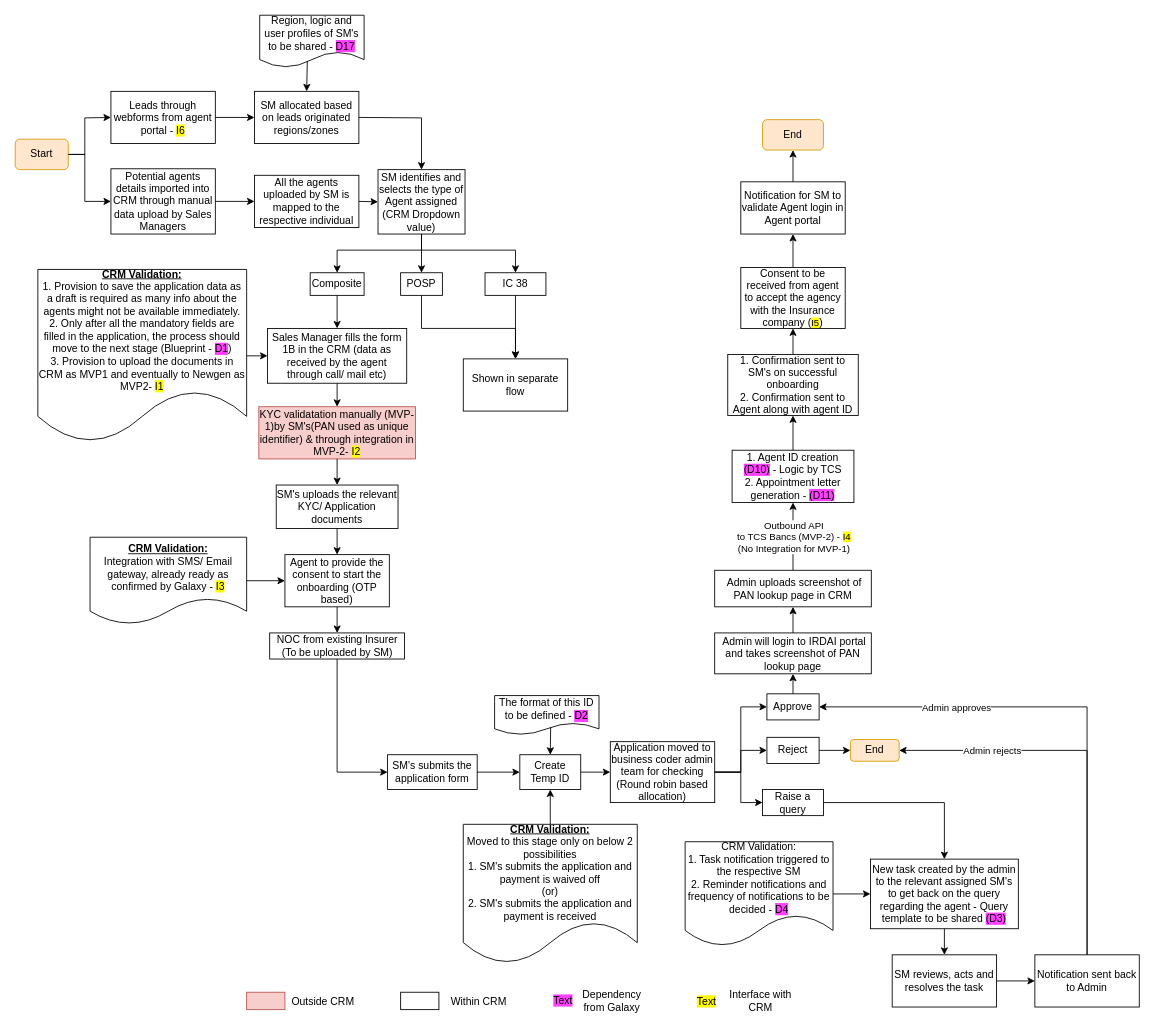
Before: Agent Onboarding Composite MVP 1.drawio in shaileshsreedar/Galaxy, a draw.io diagram. Source tidied: cells renumbered, new cells numbered last; positions are measured from the earlier drawing's top-left corner, leaving out a move shared by most shapes. Both pictures are drawn from the tidied source at 87%, with x=0, y=0 at pixel (15, 15).
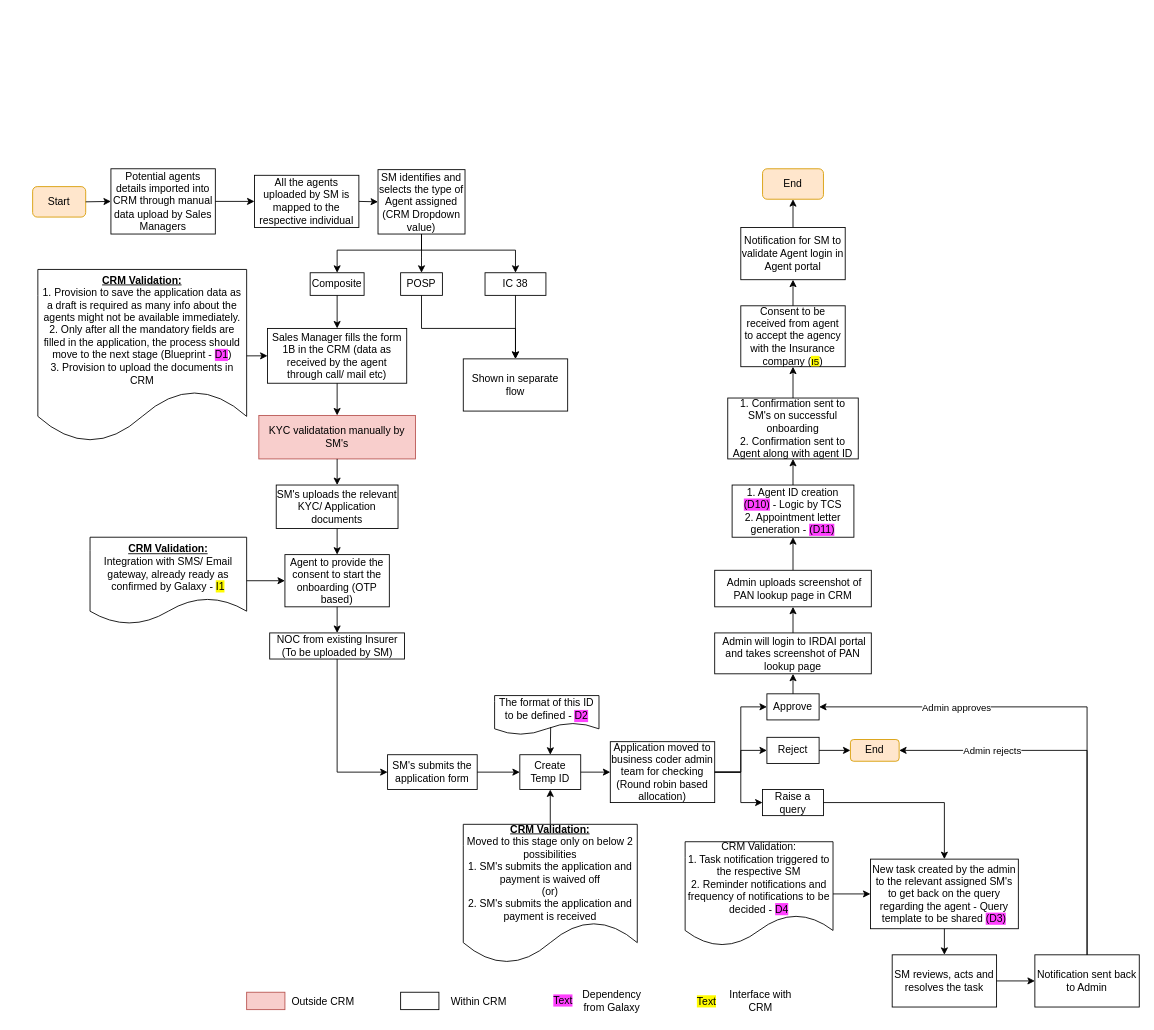
Above is the later version.

The change refers to these unchanged cells:
```xml
<mxCell id="5" value="SM identifies and selects the type of Agent assigned (CRM Dropdown value)" style="rounded=0;whiteSpace=wrap;html=1;" parent="1" vertex="1">
  <mxGeometry x="417" y="177.5" width="100" height="74" as="geometry" />
</mxCell>
<mxCell id="15" value="Potential agents details imported into CRM through manual data upload by Sales Managers" style="rounded=0;whiteSpace=wrap;html=1;" parent="1" vertex="1">
  <mxGeometry x="110" y="176.5" width="120" height="75" as="geometry" />
</mxCell>
<mxCell id="63" style="endArrow=classic;html=1;rounded=0;entryX=0.5;entryY=1;entryDx=0;entryDy=0;exitX=0.5;exitY=0;exitDx=0;exitDy=0;" parent="1" edge="1" source="90" target="62">
  <mxGeometry relative="1" as="geometry" />
</mxCell>
```

The edit, as a diff of the source:
```diff
@@
     <mxCell id="2" value="Start" style="rounded=1;whiteSpace=wrap;html=1;fillColor=#ffe6cc;strokeColor=#d79b00;" parent="1" vertex="1">
-      <mxGeometry y="142.5" width="61" height="35" as="geometry" />
+      <mxGeometry x="20" y="197" width="61" height="35" as="geometry" />
     </mxCell>
-    <mxCell id="3" style="endArrow=classic;html=1;rounded=0;exitX=1;exitY=0.5;exitDx=0;exitDy=0;entryX=0;entryY=0.5;entryDx=0;entryDy=0;" parent="1" edge="1" source="2" target="15">
-      <mxGeometry relative="1" as="geometry">
-        <Array as="points">
-          <mxPoint x="80" y="160" />
-          <mxPoint x="80" y="214" />
-        </Array>
-      </mxGeometry>
-    </mxCell>
@@
     <mxCell id="14" value="End" style="rounded=1;whiteSpace=wrap;html=1;fillColor=#ffe6cc;strokeColor=#d79b00;" parent="1" vertex="1">
-      <mxGeometry x="859" y="120" width="70" height="35" as="geometry" />
+      <mxGeometry x="859" y="176.5" width="70" height="35" as="geometry" />
     </mxCell>
@@
-    <mxCell id="19" value="KYC validatation manually (MVP-1)by SM's(PAN used as unique identifier) &amp;amp; through integration in MVP-2-&amp;nbsp;&lt;span style=&quot;background-color: rgb(255, 251, 0);&quot;&gt;I2&lt;/span&gt;" style="rounded=0;whiteSpace=wrap;html=1;fillColor=#f8cecc;strokeColor=#b85450;" parent="1" vertex="1">
-      <mxGeometry x="280" y="450" width="180" height="60" as="geometry" />
+    <mxCell id="19" value="KYC validatation manually by SM's" style="rounded=0;whiteSpace=wrap;html=1;fillColor=#f8cecc;strokeColor=#b85450;" parent="1" vertex="1">
+      <mxGeometry x="280" y="460" width="180" height="50" as="geometry" />
     </mxCell>
@@
-    <mxCell id="21" value="&lt;b&gt;&lt;u&gt;CRM Validation:&lt;/u&gt;&lt;/b&gt;&lt;div&gt;1. Provision to save the application data as a draft is required as many info about the agents might not be available immediately.&lt;/div&gt;&lt;div&gt;2. Only after all the mandatory fields are filled in the application, the process should move to the next stage (Blueprint - &lt;span style=&quot;background-color: rgb(255, 64, 255);&quot;&gt;D1&lt;/span&gt;)&lt;/div&gt;&lt;div&gt;3. Provision to upload the documents in CRM as MVP1 and eventually to Newgen as MVP2- &lt;span style=&quot;background-color: rgb(255, 251, 0);&quot;&gt;I1&lt;/span&gt;&lt;/div&gt;" style="shape=document;whiteSpace=wrap;html=1;boundedLbl=1;" parent="1" vertex="1">
+    <mxCell id="21" value="&lt;b&gt;&lt;u&gt;CRM Validation:&lt;/u&gt;&lt;/b&gt;&lt;div&gt;1. Provision to save the application data as a draft is required as many info about the agents might not be available immediately.&lt;/div&gt;&lt;div&gt;2. Only after all the mandatory fields are filled in the application, the process should move to the next stage (Blueprint - &lt;span style=&quot;background-color: rgb(255, 64, 255);&quot;&gt;D1&lt;/span&gt;)&lt;/div&gt;&lt;div&gt;3. Provision to upload the documents in CRM&lt;/div&gt;" style="shape=document;whiteSpace=wrap;html=1;boundedLbl=1;" parent="1" vertex="1">
       <mxGeometry x="26" y="292.2" width="240" height="198.7" as="geometry" />
     </mxCell>
@@
-    <mxCell id="26" value="&lt;b&gt;&lt;u&gt;CRM Validation:&lt;/u&gt;&lt;/b&gt;&lt;div&gt;Integration with SMS/ Email gateway, already ready as confirmed by Galaxy - &lt;span style=&quot;background-color: rgb(255, 251, 0);&quot;&gt;I3&lt;/span&gt;&lt;/div&gt;" style="shape=document;whiteSpace=wrap;html=1;boundedLbl=1;" parent="1" vertex="1">
+    <mxCell id="26" value="&lt;b&gt;&lt;u&gt;CRM Validation:&lt;/u&gt;&lt;/b&gt;&lt;div&gt;Integration with SMS/ Email gateway, already ready as confirmed by Galaxy - &lt;span style=&quot;background-color: rgb(255, 251, 0);&quot;&gt;I1&lt;/span&gt;&lt;/div&gt;" style="shape=document;whiteSpace=wrap;html=1;boundedLbl=1;" parent="1" vertex="1">
       <mxGeometry x="86" y="600" width="180" height="100" as="geometry" />
     </mxCell>
@@
     <mxCell id="62" value="1. Agent ID creation &lt;span style=&quot;background-color: rgb(255, 64, 255);&quot;&gt;(D10)&lt;/span&gt; - Logic by TCS&lt;div&gt;2. Appointment letter generation - &lt;span style=&quot;background-color: rgb(255, 64, 255);&quot;&gt;(D11)&lt;/span&gt;&lt;/div&gt;" style="rounded=0;whiteSpace=wrap;html=1;" parent="1" vertex="1">
-      <mxGeometry x="824" y="500" width="140" height="60" as="geometry" />
+      <mxGeometry x="824" y="540" width="140" height="60" as="geometry" />
     </mxCell>
@@
-    <mxCell id="64" value="Outbound API&lt;div&gt;to TCS Bancs (MVP-2) - &lt;span style=&quot;background-color: rgb(255, 251, 0);&quot;&gt;I4&lt;/span&gt;&lt;/div&gt;&lt;div&gt;&lt;span style=&quot;background-color: rgb(255, 255, 255);&quot;&gt;(No Integration for MVP-1)&lt;/span&gt;&lt;/div&gt;" style="edgeLabel;html=1;align=center;verticalAlign=middle;" parent="63" vertex="1">
-      <mxGeometry x="0.01" relative="1" as="geometry" />
-    </mxCell>
     <mxCell id="65" value="1. Confirmation sent to SM's on successful onboarding&lt;div&gt;2. Confirmation sent to Agent along with agent ID&lt;/div&gt;" style="rounded=0;whiteSpace=wrap;html=1;" parent="1" vertex="1">
-      <mxGeometry x="819" y="390" width="150" height="70" as="geometry" />
+      <mxGeometry x="819" y="440" width="150" height="70" as="geometry" />
     </mxCell>
     <mxCell id="66" value="Notification for SM to validate Agent login in Agent portal" style="rounded=0;whiteSpace=wrap;html=1;" parent="1" vertex="1">
-      <mxGeometry x="834" y="191.5" width="120" height="60" as="geometry" />
+      <mxGeometry x="834" y="244" width="120" height="60" as="geometry" />
     </mxCell>
@@
     <mxCell id="72" value="Consent to be received from agent to accept the agency with the Insurance company (&lt;span style=&quot;font-size: 11px; text-wrap: nowrap; background-color: rgb(255, 251, 0);&quot;&gt;I5&lt;/span&gt;)" style="rounded=0;whiteSpace=wrap;html=1;" parent="1" vertex="1">
-      <mxGeometry x="834" y="290" width="120" height="70" as="geometry" />
+      <mxGeometry x="834" y="334" width="120" height="70" as="geometry" />
     </mxCell>
@@
-    <mxCell id="74" value="Leads through webforms from agent portal -&amp;nbsp;&lt;span style=&quot;background-color: rgb(255, 251, 0);&quot;&gt;I6&lt;/span&gt;" style="rounded=0;whiteSpace=wrap;html=1;" parent="1" vertex="1">
-      <mxGeometry x="110" y="87.5" width="120" height="60" as="geometry" />
-    </mxCell>
-    <mxCell id="75" value="SM allocated based on leads originated regions/zones" style="rounded=0;whiteSpace=wrap;html=1;" parent="1" vertex="1">
-      <mxGeometry x="275" y="87.5" width="120" height="60" as="geometry" />
-    </mxCell>
-    <mxCell id="76" style="endArrow=classic;html=1;rounded=0;exitX=1;exitY=0.5;exitDx=0;exitDy=0;entryX=0;entryY=0.5;entryDx=0;entryDy=0;" parent="1" edge="1" source="74" target="75">
-      <mxGeometry relative="1" as="geometry" />
-    </mxCell>
-    <mxCell id="77" style="endArrow=classic;html=1;rounded=0;exitX=1;exitY=0.5;exitDx=0;exitDy=0;entryX=0.5;entryY=0;entryDx=0;entryDy=0;" parent="1" edge="1" source="75" target="5">
-      <mxGeometry relative="1" as="geometry">
-        <Array as="points">
-          <mxPoint x="467" y="118" />
-        </Array>
-      </mxGeometry>
-    </mxCell>
-    <mxCell id="78" style="endArrow=classic;html=1;rounded=0;exitX=1;exitY=0.5;exitDx=0;exitDy=0;entryX=0;entryY=0.5;entryDx=0;entryDy=0;" parent="1" edge="1" source="2" target="74">
-      <mxGeometry relative="1" as="geometry">
-        <Array as="points">
-          <mxPoint x="80" y="160" />
-          <mxPoint x="80" y="118" />
-        </Array>
-      </mxGeometry>
-    </mxCell>
-    <mxCell id="79" value="Region, logic and user profiles of SM's to be shared - &lt;span style=&quot;background-color: rgb(255, 64, 255);&quot;&gt;D17&lt;/span&gt;" style="shape=document;whiteSpace=wrap;html=1;boundedLbl=1;" parent="1" vertex="1">
-      <mxGeometry x="281" width="120" height="60" as="geometry" />
-    </mxCell>
-    <mxCell id="80" style="endArrow=classic;html=1;rounded=0;entryX=0.5;entryY=0;entryDx=0;entryDy=0;exitX=0.456;exitY=0.879;exitDx=0;exitDy=0;exitPerimeter=0;" parent="1" edge="1" source="79" target="75">
-      <mxGeometry relative="1" as="geometry" />
-    </mxCell>
@@
+    <mxCell id="3" style="endArrow=classic;html=1;rounded=0;exitX=1;exitY=0.5;exitDx=0;exitDy=0;entryX=0;entryY=0.5;entryDx=0;entryDy=0;" parent="1" edge="1" source="2" target="15">
+      <mxGeometry relative="1" as="geometry" />
+    </mxCell>
```
